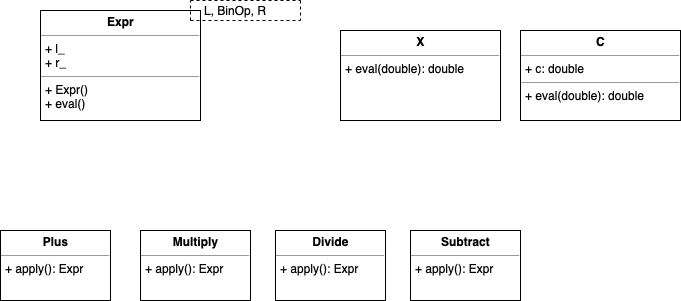
Before: Documentation/UML 3.png, a diagram exported from draw.io (xlokk73/CPS2004-OOP-Assignment). Source tidied: cells renumbered, new cells last; positions are measured from the earlier drawing's top-left corner, leaving out a move shared by most shapes.
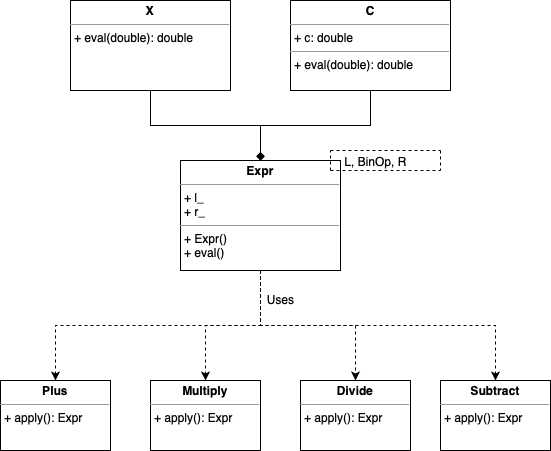
After the change.

What changed in the source:
```diff
@@ -2,53 +2,74 @@
   <root>
     <mxCell id="0" />
     <mxCell id="1" parent="0" />
+    <mxCell id="14" style="edgeStyle=orthogonalEdgeStyle;rounded=0;jettySize=auto;html=1;exitX=0.5;exitY=1;exitDx=0;exitDy=0;dashed=1;" parent="1" edge="1" source="2" target="10">
+      <mxGeometry relative="1" as="geometry" />
+    </mxCell>
+    <mxCell id="15" style="edgeStyle=orthogonalEdgeStyle;rounded=0;jettySize=auto;html=1;exitX=0.5;exitY=1;exitDx=0;exitDy=0;dashed=1;" parent="1" edge="1" source="2" target="11">
+      <mxGeometry relative="1" as="geometry" />
+    </mxCell>
+    <mxCell id="16" style="edgeStyle=orthogonalEdgeStyle;rounded=0;jettySize=auto;html=1;exitX=0.5;exitY=1;exitDx=0;exitDy=0;dashed=1;" parent="1" edge="1" source="2" target="12">
+      <mxGeometry relative="1" as="geometry" />
+    </mxCell>
+    <mxCell id="17" style="edgeStyle=orthogonalEdgeStyle;rounded=0;jettySize=auto;html=1;exitX=0.5;exitY=1;exitDx=0;exitDy=0;dashed=1;" parent="1" edge="1" source="2" target="13">
+      <mxGeometry relative="1" as="geometry" />
+    </mxCell>
     <mxCell id="2" value="&lt;p style=&quot;margin: 0px ; margin-top: 4px ; text-align: center&quot;&gt;&lt;b&gt;Expr&lt;/b&gt;&lt;/p&gt;&lt;hr size=&quot;1&quot;&gt;&lt;p style=&quot;margin: 0px ; margin-left: 4px&quot;&gt;+ l_&lt;/p&gt;&lt;p style=&quot;margin: 0px ; margin-left: 4px&quot;&gt;+ r_&lt;/p&gt;&lt;hr size=&quot;1&quot;&gt;&lt;p style=&quot;margin: 0px ; margin-left: 4px&quot;&gt;+ Expr()&amp;nbsp;&lt;/p&gt;&lt;p style=&quot;margin: 0px ; margin-left: 4px&quot;&gt;+ eval()&lt;/p&gt;&lt;p style=&quot;margin: 0px ; margin-left: 4px&quot;&gt;&lt;br&gt;&lt;/p&gt;" style="verticalAlign=top;align=left;overflow=fill;fontSize=12;fontFamily=Helvetica;html=1;" parent="1" vertex="1">
-      <mxGeometry x="40" y="10" width="160" height="110" as="geometry" />
+      <mxGeometry x="220" width="160" height="110" as="geometry" />
     </mxCell>
     <mxCell id="3" style="endArrow=none;dashed=1;html=1;" parent="1" edge="1">
       <mxGeometry relative="1" as="geometry">
-        <mxPoint x="190" y="20" as="sourcePoint" />
-        <mxPoint x="300" y="20" as="targetPoint" />
+        <mxPoint x="370" y="10" as="sourcePoint" />
+        <mxPoint x="480" y="10" as="targetPoint" />
       </mxGeometry>
     </mxCell>
     <mxCell id="4" style="endArrow=none;dashed=1;html=1;" parent="1" edge="1">
       <mxGeometry relative="1" as="geometry">
-        <mxPoint x="300" as="sourcePoint" />
-        <mxPoint x="300" y="20" as="targetPoint" />
+        <mxPoint x="480" y="-10" as="sourcePoint" />
+        <mxPoint x="480" y="10" as="targetPoint" />
       </mxGeometry>
     </mxCell>
     <mxCell id="5" style="endArrow=none;dashed=1;html=1;" parent="1" edge="1">
       <mxGeometry relative="1" as="geometry">
-        <mxPoint x="190" y="20" as="sourcePoint" />
-        <mxPoint x="190" as="targetPoint" />
+        <mxPoint x="370" y="10" as="sourcePoint" />
+        <mxPoint x="370" y="-10" as="targetPoint" />
       </mxGeometry>
     </mxCell>
     <mxCell id="6" style="endArrow=none;dashed=1;html=1;" parent="1" edge="1">
       <mxGeometry relative="1" as="geometry">
-        <mxPoint x="190" as="sourcePoint" />
-        <mxPoint x="300" as="targetPoint" />
+        <mxPoint x="370" y="-10" as="sourcePoint" />
+        <mxPoint x="480" y="-10" as="targetPoint" />
       </mxGeometry>
     </mxCell>
     <mxCell id="7" value="L, BinOp, R" style="text;html=1;align=center;verticalAlign=middle;" parent="1" vertex="1">
-      <mxGeometry x="195" width="80" height="20" as="geometry" />
+      <mxGeometry x="375" y="-10" width="80" height="20" as="geometry" />
     </mxCell>
+    <mxCell id="18" style="edgeStyle=orthogonalEdgeStyle;rounded=0;jettySize=auto;html=1;exitX=0.5;exitY=1;exitDx=0;exitDy=0;entryX=0.5;entryY=0;entryDx=0;entryDy=0;endArrow=diamond;endFill=1;" parent="1" edge="1" source="8" target="2">
+      <mxGeometry relative="1" as="geometry" />
+    </mxCell>
     <mxCell id="8" value="&lt;p style=&quot;margin: 0px ; margin-top: 4px ; text-align: center&quot;&gt;&lt;b&gt;X&lt;/b&gt;&lt;/p&gt;&lt;hr size=&quot;1&quot;&gt;&lt;p style=&quot;margin: 0px ; margin-left: 4px&quot;&gt;+ eval(double): double&lt;/p&gt;" style="verticalAlign=top;align=left;overflow=fill;fontSize=12;fontFamily=Helvetica;html=1;" parent="1" vertex="1">
-      <mxGeometry x="340" y="30" width="160" height="90" as="geometry" />
+      <mxGeometry x="110" y="-160" width="160" height="90" as="geometry" />
     </mxCell>
+    <mxCell id="19" style="edgeStyle=orthogonalEdgeStyle;rounded=0;jettySize=auto;html=1;exitX=0.5;exitY=1;exitDx=0;exitDy=0;entryX=0.5;entryY=0;entryDx=0;entryDy=0;endArrow=diamond;endFill=1;" parent="1" edge="1" source="9" target="2">
+      <mxGeometry relative="1" as="geometry" />
+    </mxCell>
     <mxCell id="9" value="&lt;p style=&quot;margin: 0px ; margin-top: 4px ; text-align: center&quot;&gt;&lt;b&gt;C&lt;/b&gt;&lt;/p&gt;&lt;hr size=&quot;1&quot;&gt;&lt;p style=&quot;margin: 0px ; margin-left: 4px&quot;&gt;+ c: double&lt;/p&gt;&lt;hr size=&quot;1&quot;&gt;&lt;p style=&quot;margin: 0px ; margin-left: 4px&quot;&gt;+ eval(double): double&lt;/p&gt;" style="verticalAlign=top;align=left;overflow=fill;fontSize=12;fontFamily=Helvetica;html=1;" parent="1" vertex="1">
-      <mxGeometry x="520" y="30" width="160" height="90" as="geometry" />
+      <mxGeometry x="330" y="-160" width="160" height="90" as="geometry" />
     </mxCell>
     <mxCell id="10" value="&lt;p style=&quot;margin: 0px ; margin-top: 4px ; text-align: center&quot;&gt;&lt;b&gt;Plus&lt;/b&gt;&lt;/p&gt;&lt;hr size=&quot;1&quot;&gt;&lt;p style=&quot;margin: 0px ; margin-left: 4px&quot;&gt;+ apply(): Expr&lt;/p&gt;" style="verticalAlign=top;align=left;overflow=fill;fontSize=12;fontFamily=Helvetica;html=1;" parent="1" vertex="1">
-      <mxGeometry y="230" width="110" height="70" as="geometry" />
+      <mxGeometry x="40" y="220" width="110" height="70" as="geometry" />
     </mxCell>
     <mxCell id="11" value="&lt;p style=&quot;margin: 0px ; margin-top: 4px ; text-align: center&quot;&gt;&lt;b&gt;Multiply&lt;/b&gt;&lt;/p&gt;&lt;hr size=&quot;1&quot;&gt;&lt;p style=&quot;margin: 0px ; margin-left: 4px&quot;&gt;+ apply(): Expr&lt;/p&gt;" style="verticalAlign=top;align=left;overflow=fill;fontSize=12;fontFamily=Helvetica;html=1;" parent="1" vertex="1">
-      <mxGeometry x="140" y="230" width="110" height="70" as="geometry" />
+      <mxGeometry x="190" y="220" width="110" height="70" as="geometry" />
     </mxCell>
     <mxCell id="12" value="&lt;p style=&quot;margin: 0px ; margin-top: 4px ; text-align: center&quot;&gt;&lt;b&gt;Divide&lt;/b&gt;&lt;/p&gt;&lt;hr size=&quot;1&quot;&gt;&lt;p style=&quot;margin: 0px ; margin-left: 4px&quot;&gt;+ apply(): Expr&lt;/p&gt;" style="verticalAlign=top;align=left;overflow=fill;fontSize=12;fontFamily=Helvetica;html=1;" parent="1" vertex="1">
-      <mxGeometry x="275" y="230" width="110" height="70" as="geometry" />
+      <mxGeometry x="340" y="220" width="110" height="70" as="geometry" />
     </mxCell>
     <mxCell id="13" value="&lt;p style=&quot;margin: 0px ; margin-top: 4px ; text-align: center&quot;&gt;&lt;b&gt;Subtract&lt;/b&gt;&lt;/p&gt;&lt;hr size=&quot;1&quot;&gt;&lt;p style=&quot;margin: 0px ; margin-left: 4px&quot;&gt;+ apply(): Expr&lt;/p&gt;" style="verticalAlign=top;align=left;overflow=fill;fontSize=12;fontFamily=Helvetica;html=1;" parent="1" vertex="1">
-      <mxGeometry x="410" y="230" width="110" height="70" as="geometry" />
+      <mxGeometry x="480" y="220" width="110" height="70" as="geometry" />
     </mxCell>
+    <mxCell id="20" value="Uses" style="text;html=1;align=center;verticalAlign=middle;" parent="1" vertex="1">
+      <mxGeometry x="300" y="128" width="40" height="20" as="geometry" />
+    </mxCell>
   </root>
 </mxGraphModel>
```
